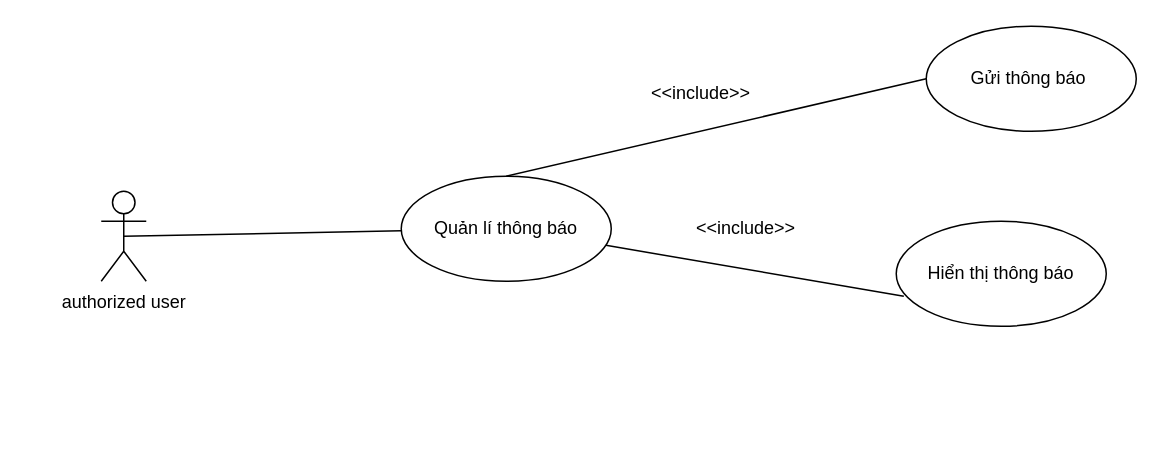
lethanhdathust/chat_app keeps this draw.io diagram as page "uc-quản lí thông báo" (4 of 6) of Untitled Diagram.drawio. Above is the earlier version. Source tidied: cells renumbered, new cells numbered last; positions are measured from the earlier drawing's top-left corner, leaving out a move shared by most shapes. Both pictures are drawn from the tidied source at 150%, with x=0, y=0 at pixel (100, 26).
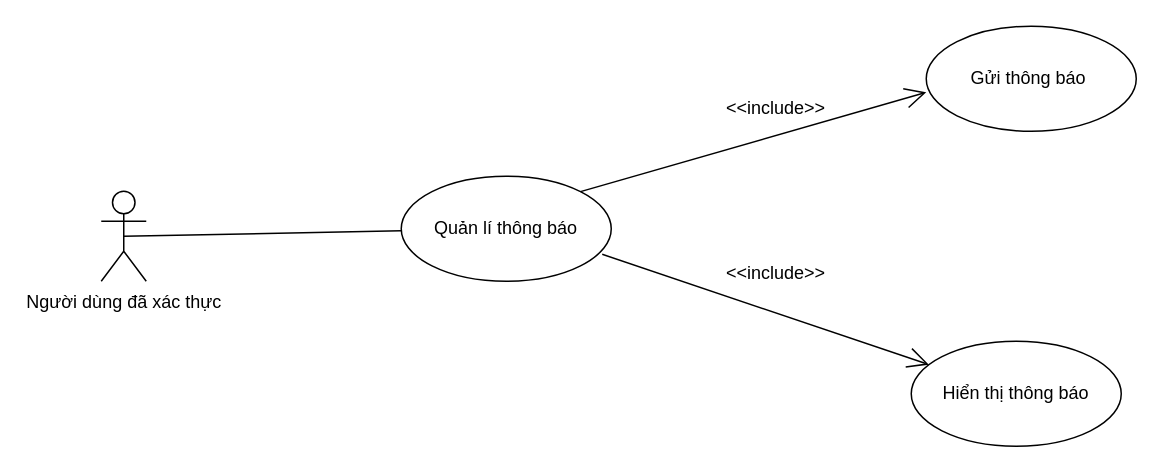
After the change.

What changed in the source:
```diff
@@
 <mxGraphModel>
   <root>
     <mxCell id="0" />
     <mxCell id="1" parent="0" />
-    <mxCell id="2" value="authorized user" style="shape=umlActor;verticalLabelPosition=bottom;verticalAlign=top;html=1;" parent="1" vertex="1">
+    <mxCell id="2" value="Người dùng đã xác thực" style="shape=umlActor;verticalLabelPosition=bottom;verticalAlign=top;html=1;" parent="1" vertex="1">
       <mxGeometry y="110" width="30" height="60" as="geometry" />
     </mxCell>
     <mxCell id="3" value="Quản lí thông báo" style="ellipse;whiteSpace=wrap;html=1;" parent="1" vertex="1">
       <mxGeometry x="200" y="100" width="140" height="70" as="geometry" />
     </mxCell>
     <mxCell id="4" style="endArrow=none;html=1;rounded=0;exitX=0.5;exitY=0.5;exitDx=0;exitDy=0;exitPerimeter=0;" parent="1" edge="1" source="2" target="3">
       <mxGeometry relative="1" as="geometry" />
     </mxCell>
     <mxCell id="5" value="Hiển thị thông báo" style="ellipse;whiteSpace=wrap;html=1;" parent="1" vertex="1">
-      <mxGeometry x="530" y="130" width="140" height="70" as="geometry" />
+      <mxGeometry x="540" y="210" width="140" height="70" as="geometry" />
     </mxCell>
-    <mxCell id="6" style="endArrow=none;html=1;rounded=0;entryX=0.036;entryY=0.714;entryDx=0;entryDy=0;entryPerimeter=0;" parent="1" edge="1" source="3" target="5">
-      <mxGeometry relative="1" as="geometry" />
-    </mxCell>
     <mxCell id="7" value="&amp;lt;&amp;lt;include&amp;gt;&amp;gt;" style="text;html=1;strokeColor=none;fillColor=none;align=center;verticalAlign=middle;whiteSpace=wrap;rounded=0;" parent="1" vertex="1">
-      <mxGeometry x="400" y="120" width="60" height="30" as="geometry" />
+      <mxGeometry x="420" y="150" width="60" height="30" as="geometry" />
     </mxCell>
     <mxCell id="8" value="Gửi thông báo&amp;nbsp;" style="ellipse;whiteSpace=wrap;html=1;" parent="1" vertex="1">
       <mxGeometry x="550" width="140" height="70" as="geometry" />
     </mxCell>
-    <mxCell id="9" style="endArrow=none;html=1;rounded=0;entryX=0;entryY=0.5;entryDx=0;entryDy=0;" parent="1" edge="1" target="8">
-      <mxGeometry relative="1" as="geometry">
-        <mxPoint x="270" y="100" as="sourcePoint" />
-      </mxGeometry>
-    </mxCell>
     <mxCell id="10" value="&amp;lt;&amp;lt;include&amp;gt;&amp;gt;" style="text;html=1;strokeColor=none;fillColor=none;align=center;verticalAlign=middle;whiteSpace=wrap;rounded=0;" parent="1" vertex="1">
-      <mxGeometry x="370" y="30" width="60" height="30" as="geometry" />
+      <mxGeometry x="420" y="40" width="60" height="30" as="geometry" />
     </mxCell>
+    <mxCell id="11" style="endArrow=open;endFill=1;endSize=12;html=1;rounded=0;exitX=1;exitY=0;exitDx=0;exitDy=0;entryX=0;entryY=0.629;entryDx=0;entryDy=0;entryPerimeter=0;" parent="1" edge="1" source="3" target="8">
+      <mxGeometry relative="1" as="geometry" />
+    </mxCell>
+    <mxCell id="6" style="endArrow=open;endFill=1;endSize=12;html=1;rounded=0;exitX=0.957;exitY=0.743;exitDx=0;exitDy=0;exitPerimeter=0;" parent="1" edge="1" source="3" target="5">
+      <mxGeometry relative="1" as="geometry" />
+    </mxCell>
   </root>
 </mxGraphModel>
```
